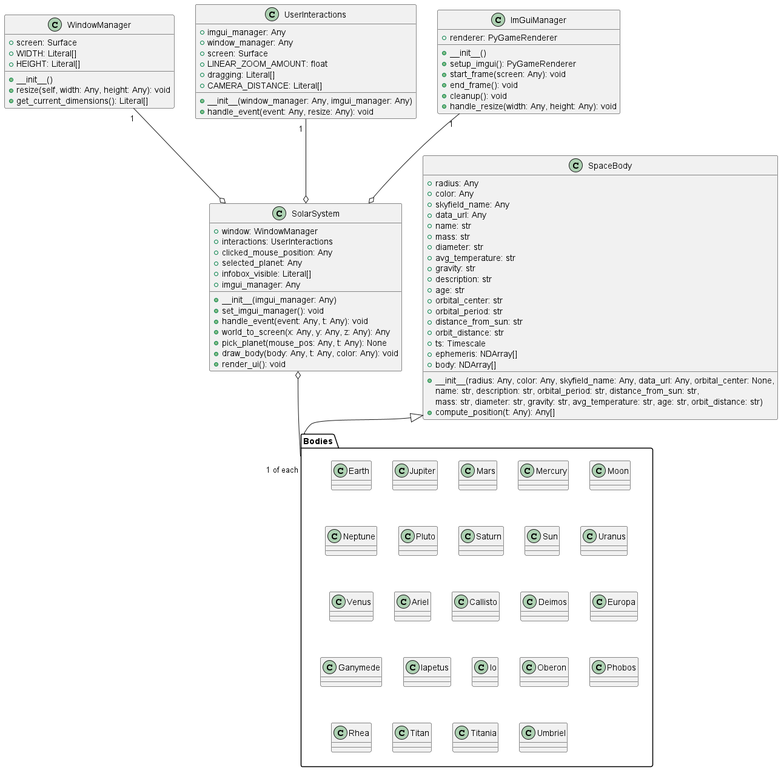
pramasahayam/special-bassoon keeps this PlantUML diagram as class_diagram.png. Above is the earlier version.
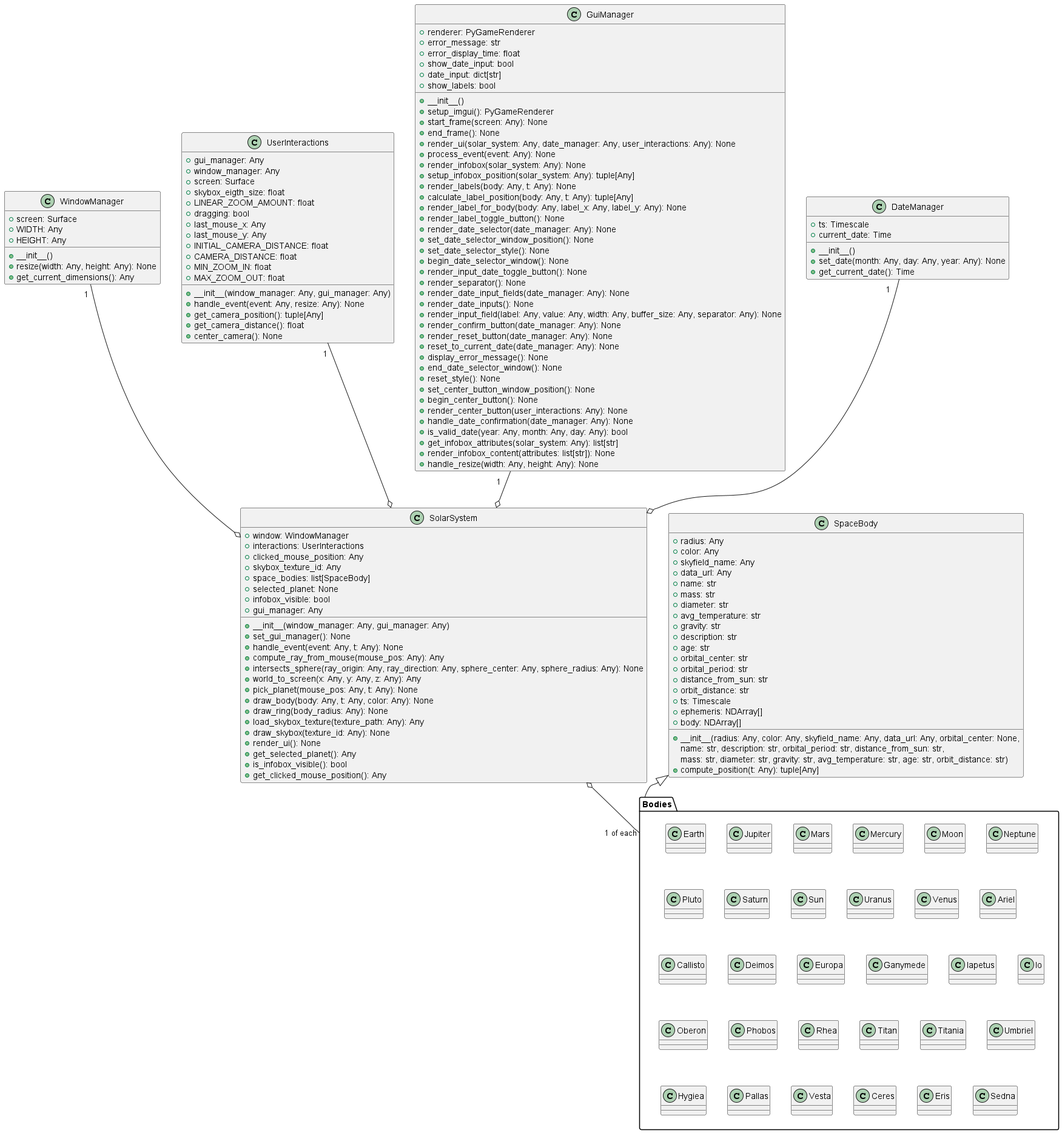
The same file after the commit.

Commit message:
updated class diagram

What changed in the source:
```diff
@@ -1,61 +1,128 @@
 @startuml
 class SolarSystem {
-    +__init__(imgui_manager: Any)
-    +set_imgui_manager(): void
-    +handle_event(event: Any, t: Any): void
+    +__init__(window_manager: Any, gui_manager: Any)
+    +set_gui_manager(): None
+    +handle_event(event: Any, t: Any): None
+    +compute_ray_from_mouse(mouse_pos: Any): Any
+    +intersects_sphere(ray_origin: Any, ray_direction: Any, sphere_center: Any, sphere_radius: Any): None
     +world_to_screen(x: Any, y: Any, z: Any): Any
     +pick_planet(mouse_pos: Any, t: Any): None
-    +draw_body(body: Any, t: Any, color: Any): void
-    +render_ui(): void
+    +draw_body(body: Any, t: Any, color: Any): None
+    +draw_ring(body_radius: Any): None
+    +load_skybox_texture(texture_path: Any): Any
+    +draw_skybox(texture_id: Any): None
+    +render_ui(): None
+    +get_selected_planet(): Any
+    +is_infobox_visible(): bool
+    +get_clicked_mouse_position(): Any
     +window: WindowManager
     +interactions: UserInteractions
     +clicked_mouse_position: Any
-    +selected_planet: Any
-    +infobox_visible: Literal[]
-    +imgui_manager: Any
+    +skybox_texture_id: Any
+    +space_bodies: list[SpaceBody]
+    +selected_planet: None
+    +infobox_visible: bool
+    +gui_manager: Any
 }
 WindowManager "1 " --o SolarSystem
 UserInteractions "1 " --o SolarSystem
-ImGuiManager "1" --o SolarSystem
+GuiManager "1   " --o SolarSystem
+DateManager "1   " --o SolarSystem
 
 class UserInteractions {
-    +__init__(window_manager: Any, imgui_manager: Any)
-    +handle_event(event: Any, resize: Any): void
-    +imgui_manager: Any
+    +__init__(window_manager: Any, gui_manager: Any)
+    +handle_event(event: Any, resize: Any): None
+    +get_camera_position(): tuple[Any]
+    +get_camera_distance(): float
+    +center_camera(): None
+
+    +gui_manager: Any
     +window_manager: Any
     +screen: Surface
+    +skybox_eigth_size: float
     +LINEAR_ZOOM_AMOUNT: float
-    +dragging: Literal[]
-    +CAMERA_DISTANCE: Literal[]
+    +dragging: bool
+    +last_mouse_x: Any
+    +last_mouse_y: Any
+    +INITIAL_CAMERA_DISTANCE: float
+    +CAMERA_DISTANCE: float
+    +MIN_ZOOM_IN: float
+    +MAX_ZOOM_OUT: float
 
 }
 
-class ImGuiManager {
+class GuiManager {
     +__init__()
     +setup_imgui(): PyGameRenderer
-    +start_frame(screen: Any): void
-    +end_frame(): void
-    +cleanup(): void
-    +handle_resize(width: Any, height: Any): void
+    +start_frame(screen: Any): None
+    +end_frame(): None
+    +render_ui(solar_system: Any, date_manager: Any, user_interactions: Any): None
+    +process_event(event: Any): None
+    +render_infobox(solar_system: Any): None
+    +setup_infobox_position(solar_system: Any): tuple[Any]
+    +render_labels(body: Any, t: Any): None
+    +calculate_label_position(body: Any, t: Any): tuple[Any]
+    +render_label_for_body(body: Any, label_x: Any, label_y: Any): None
+    +render_label_toggle_button(): None
+    +render_date_selector(date_manager: Any): None
+    +set_date_selector_window_position(): None
+    +set_date_selector_style(): None
+    +begin_date_selector_window(): None
+    +render_input_date_toggle_button(): None
+    +render_separator(): None
+    +render_date_input_fields(date_manager: Any): None
+    +render_date_inputs(): None
+    +render_input_field(label: Any, value: Any, width: Any, buffer_size: Any, separator: Any): None
+    +render_confirm_button(date_manager: Any): None
+    +render_reset_button(date_manager: Any): None
+    +reset_to_current_date(date_manager: Any): None
+    +display_error_message(): None
+    +end_date_selector_window(): None
+    +reset_style(): None
+    +set_center_button_window_position(): None
+    +begin_center_button(): None
+    +render_center_button(user_interactions: Any): None
+    +handle_date_confirmation(date_manager: Any): None
+    +is_valid_date(year: Any, month: Any, day: Any): bool
+    +get_infobox_attributes(solar_system: Any): list[str]
+    +render_infobox_content(attributes: list[str]): None
+    +handle_resize(width: Any, height: Any): None
+
     +renderer: PyGameRenderer
+    +error_message: str
+    +error_display_time: float
+    +show_date_input: bool
+    +date_input: dict[str]
+    +show_labels: bool
 
 }
 
 class WindowManager {
     +__init__()
-    +resize(self, width: Any, height: Any): void
+    +resize(width: Any, height: Any): None
+    +get_current_dimensions(): Any
+
     +screen: Surface
-    +get_current_dimensions(): Literal[]
-    +WIDTH: Literal[]
-    +HEIGHT: Literal[]
+    +WIDTH: Any
+    +HEIGHT: Any
 
+}
+
+class DateManager {
+    +__init__()
+    +set_date(month: Any, day: Any, year: Any): None
+    +get_current_date(): Time
+
+    +ts: Timescale
+    +current_date: Time
 }
 
 class SpaceBody {
     +__init__(radius: Any, color: Any, skyfield_name: Any, data_url: Any, orbital_center: None,
     {method} name: str, description: str, orbital_period: str, distance_from_sun: str,
     {method} mass: str, diameter: str, gravity: str, avg_temperature: str, age: str, orbit_distance: str)
-    +compute_position(t: Any): Any[]
+    +compute_position(t: Any): tuple[Any]
+
     +radius: Any
     +color: Any
     +skyfield_name: Any
@@ -77,7 +144,6 @@
 
 }
 SolarSystem o-- "1 of each   " Bodies
-SolarSystem -[hidden]-> Bodies
 
 package "Bodies" {
 
@@ -119,8 +185,6 @@
 
     class Io {}
 
-    class Moon {}
-
     class Oberon {}
 
     class Phobos {}
@@ -132,6 +196,18 @@
     class Titania {}
 
     class Umbriel {}
+
+    class Hygiea {}
+
+    class Pallas {}
+
+    class Vesta {}
+
+    class Ceres {}
+
+    class Eris {}
+
+    class Sedna {}
 }
 
 SpaceBody <|-- Bodies
```
